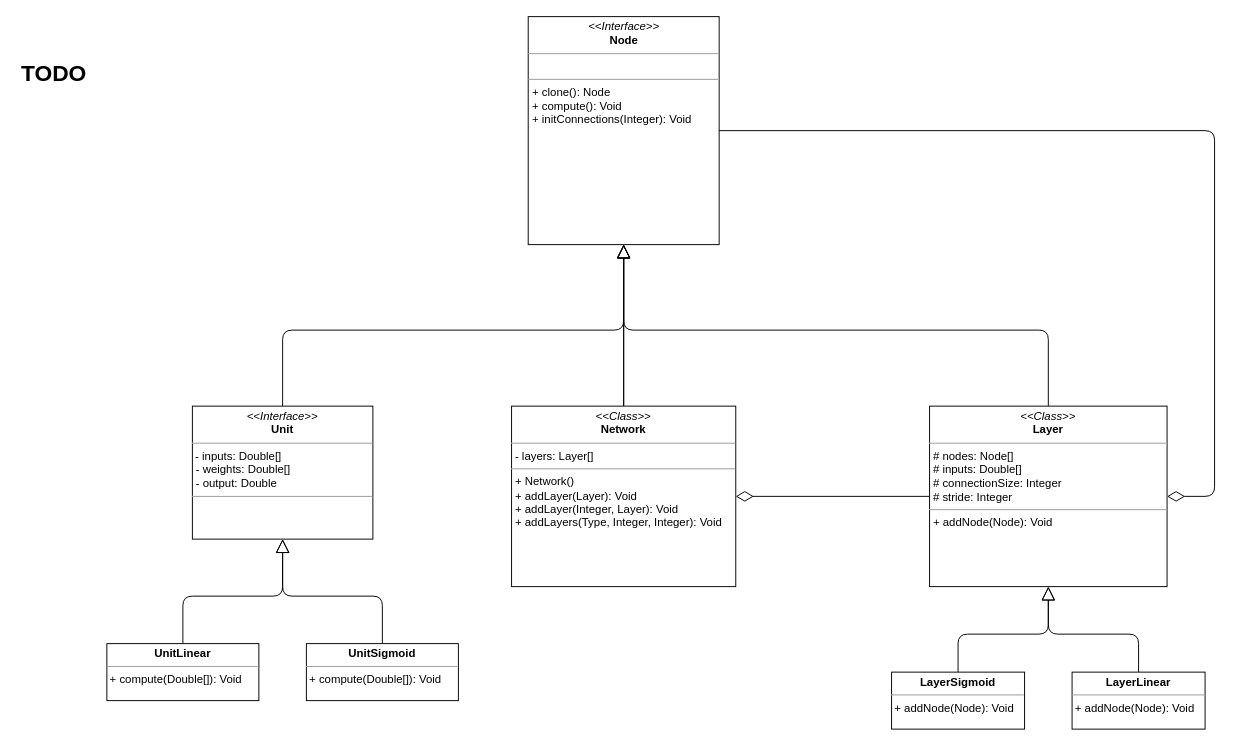
Earlier version of the draw.io diagram neural_net.drawio (iliasbk/NN_tools). Source tidied: cells renumbered, new cells numbered last; positions are measured from the earlier drawing's top-left corner, leaving out a move shared by most shapes. Both pictures are drawn from the tidied source at 95%, with x=0, y=0 at pixel (16, 16).
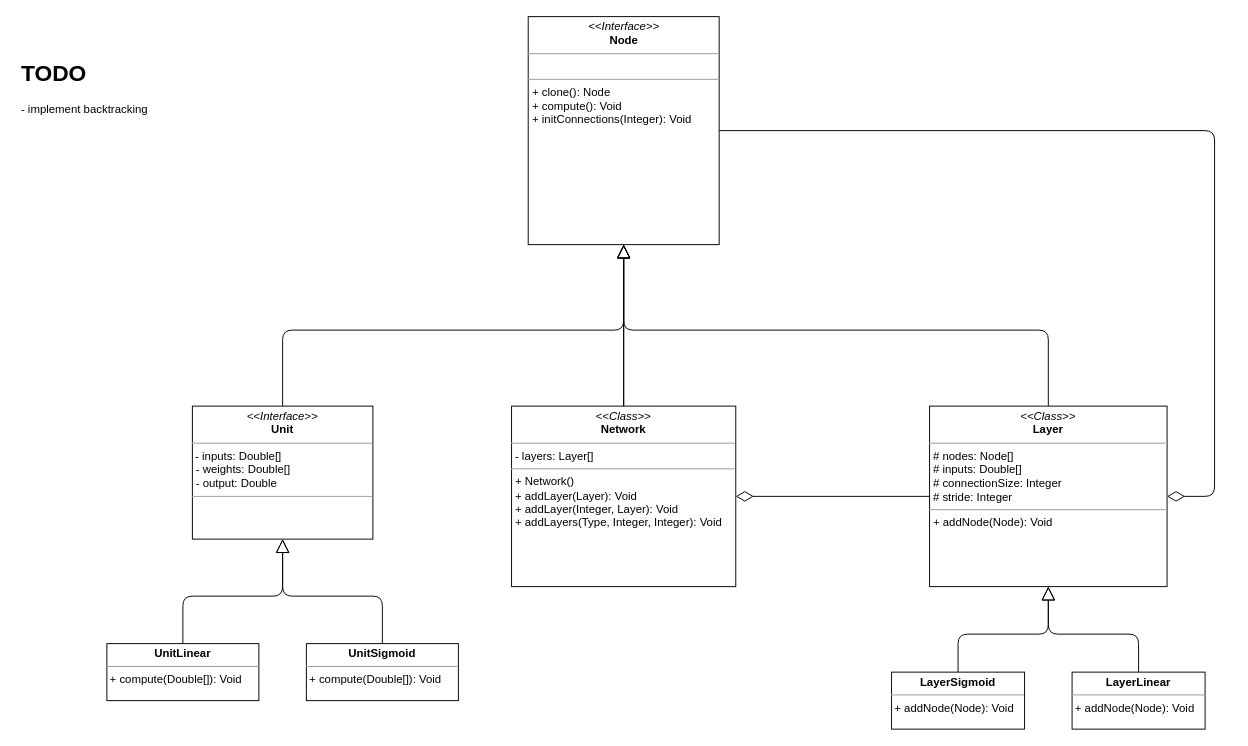
Above is the later version.

Commit message:
Mettre à jour neural_net.drawio

Diff of the diagram source:
```diff
@@
-    <mxCell id="12" value="&lt;h1&gt;TODO&lt;/h1&gt;&lt;p&gt;&lt;br&gt;&lt;/p&gt;" style="text;html=1;strokeColor=none;fillColor=none;spacing=5;spacingTop=-20;whiteSpace=wrap;overflow=hidden;rounded=0;" parent="1" vertex="1">
+    <mxCell id="12" value="&lt;h1&gt;TODO&lt;/h1&gt;&lt;p&gt;- implement backtracking&lt;/p&gt;" style="text;html=1;strokeColor=none;fillColor=none;spacing=5;spacingTop=-20;whiteSpace=wrap;overflow=hidden;rounded=0;" parent="1" vertex="1">
       <mxGeometry y="40" width="350" height="120" as="geometry" />
     </mxCell>
```
